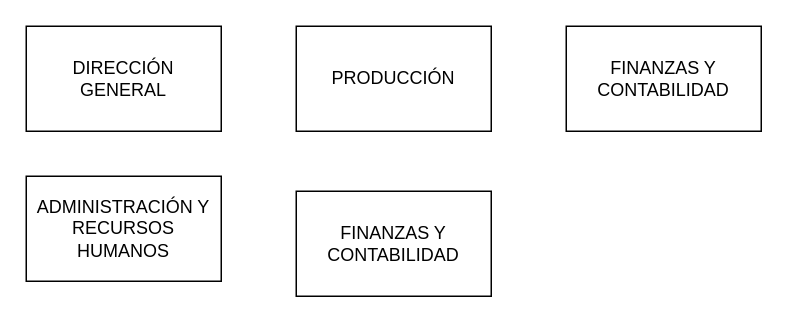
Above: Untitled Diagram.drawio in DeividMedina30/CNYT-FINAL (draw.io), before the change. Source tidied: cells renumbered, new cells numbered last; positions are measured from the earlier drawing's top-left corner, leaving out a move shared by most shapes. Both pictures are drawn from the tidied source at 150%, with x=0, y=0 at pixel (26, 26).
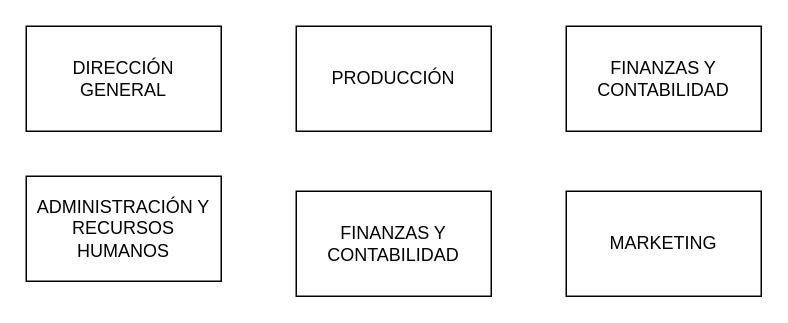
After the change.

Change to the diagram source:
```diff
@@
 <mxGraphModel>
   <root>
     <mxCell id="0" />
     <mxCell id="1" parent="0" />
     <mxCell id="2" value="DIRECCIÓN GENERAL" style="rounded=0;whiteSpace=wrap;html=1;" parent="1" vertex="1">
       <mxGeometry width="130" height="70" as="geometry" />
     </mxCell>
     <mxCell id="3" value="ADMINISTRACIÓN Y RECURSOS HUMANOS" style="rounded=0;whiteSpace=wrap;html=1;" parent="1" vertex="1">
       <mxGeometry y="100" width="130" height="70" as="geometry" />
     </mxCell>
     <mxCell id="4" value="PRODUCCIÓN" style="rounded=0;whiteSpace=wrap;html=1;" parent="1" vertex="1">
       <mxGeometry x="180" width="130" height="70" as="geometry" />
     </mxCell>
     <mxCell id="5" value="FINANZAS Y CONTABILIDAD" style="rounded=0;whiteSpace=wrap;html=1;" parent="1" vertex="1">
       <mxGeometry x="180" y="110" width="130" height="70" as="geometry" />
     </mxCell>
     <mxCell id="6" value="FINANZAS Y CONTABILIDAD" style="rounded=0;whiteSpace=wrap;html=1;" parent="1" vertex="1">
       <mxGeometry x="360" width="130" height="70" as="geometry" />
     </mxCell>
+    <mxCell id="7" value="MARKETING" style="rounded=0;whiteSpace=wrap;html=1;" parent="1" vertex="1">
+      <mxGeometry x="360" y="110" width="130" height="70" as="geometry" />
+    </mxCell>
   </root>
 </mxGraphModel>
```
